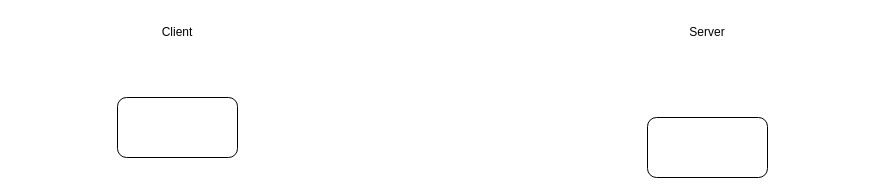
The draw.io diagram TLS1.3.drawio in StoryKing123/draw-io, before the edit. Source tidied: cells renumbered, new cells numbered last; positions are measured from the earlier drawing's top-left corner, leaving out a move shared by most shapes. Both pictures are drawn from the tidied source at 100%, with x=0, y=0 at pixel (117, 17).
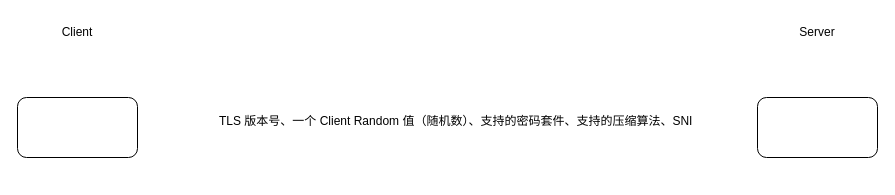
The same diagram, later.

Diff of the diagram source:
```diff
@@
 <mxGraphModel>
   <root>
     <mxCell id="0" />
     <mxCell id="1" parent="0" />
     <mxCell id="2" value="Client" style="text;html=1;strokeColor=none;fillColor=none;align=center;verticalAlign=middle;whiteSpace=wrap;rounded=0;" parent="1" vertex="1">
-      <mxGeometry x="30" width="60" height="30" as="geometry" />
+      <mxGeometry x="-70" width="60" height="30" as="geometry" />
     </mxCell>
     <mxCell id="3" value="Server" style="text;html=1;strokeColor=none;fillColor=none;align=center;verticalAlign=middle;whiteSpace=wrap;rounded=0;" parent="1" vertex="1">
-      <mxGeometry x="560" width="60" height="30" as="geometry" />
+      <mxGeometry x="670" width="60" height="30" as="geometry" />
     </mxCell>
     <mxCell id="4" style="rounded=1;whiteSpace=wrap;html=1;" parent="1" vertex="1">
-      <mxGeometry y="80" width="120" height="60" as="geometry" />
+      <mxGeometry x="-100" y="80" width="120" height="60" as="geometry" />
     </mxCell>
     <mxCell id="5" style="rounded=1;whiteSpace=wrap;html=1;" parent="1" vertex="1">
-      <mxGeometry x="530" y="100" width="120" height="60" as="geometry" />
+      <mxGeometry x="640" y="80" width="120" height="60" as="geometry" />
     </mxCell>
+    <mxCell id="6" value="TLS 版本号、一个 Client Random 值（随机数）、支持的密码套件、支持的压缩算法、SNI" style="text;whiteSpace=wrap;html=1;" parent="1" vertex="1">
+      <mxGeometry x="100" y="90" width="510" height="40" as="geometry" />
+    </mxCell>
   </root>
 </mxGraphModel>
```
